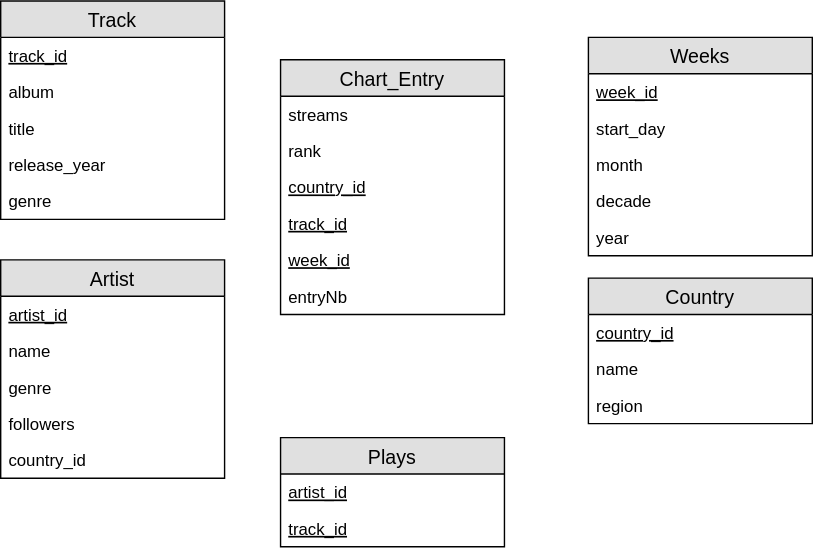
The draw.io diagram figures/ER1.svg in AlexChanson/DW, before a commit. Source tidied: cells renumbered, new cells last; positions are measured from the earlier drawing's top-left corner, leaving out a move shared by most shapes.
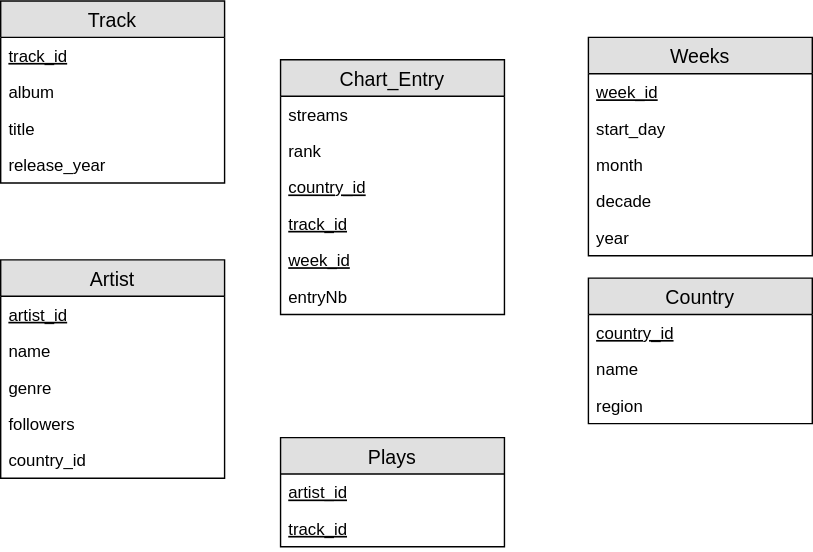
The same file after the commit.

What changed in the source:
```diff
@@ -24,7 +24,7 @@
       <mxGeometry y="156" width="160" height="26" as="geometry" />
     </mxCell>
     <mxCell id="9" value="Track" style="swimlane;fontStyle=0;horizontal=1;startSize=26;fillColor=#e0e0e0;swimlaneFillColor=#ffffff;align=center;fontSize=14;" parent="1" vertex="1">
-      <mxGeometry width="160" height="156" as="geometry" />
+      <mxGeometry width="160" height="130" as="geometry" />
     </mxCell>
     <mxCell id="10" value="track_id" style="text;strokeColor=none;fillColor=none;spacingLeft=4;spacingRight=4;overflow=hidden;fontSize=12;fontStyle=4;" parent="9" vertex="1">
       <mxGeometry y="26" width="160" height="26" as="geometry" />
@@ -38,9 +38,6 @@
     <mxCell id="13" value="release_year" style="text;strokeColor=none;fillColor=none;spacingLeft=4;spacingRight=4;overflow=hidden;fontSize=12;" parent="9" vertex="1">
       <mxGeometry y="104" width="160" height="26" as="geometry" />
     </mxCell>
-    <mxCell id="14" value="genre" style="text;strokeColor=none;fillColor=none;spacingLeft=4;spacingRight=4;overflow=hidden;fontSize=12;" parent="9" vertex="1">
-      <mxGeometry y="130" width="160" height="26" as="geometry" />
-    </mxCell>
     <mxCell id="15" value="Artist" style="swimlane;fontStyle=0;horizontal=1;startSize=26;fillColor=#e0e0e0;swimlaneFillColor=#ffffff;align=center;fontSize=14;" parent="1" vertex="1">
       <mxGeometry y="185" width="160" height="156" as="geometry" />
     </mxCell>
```
